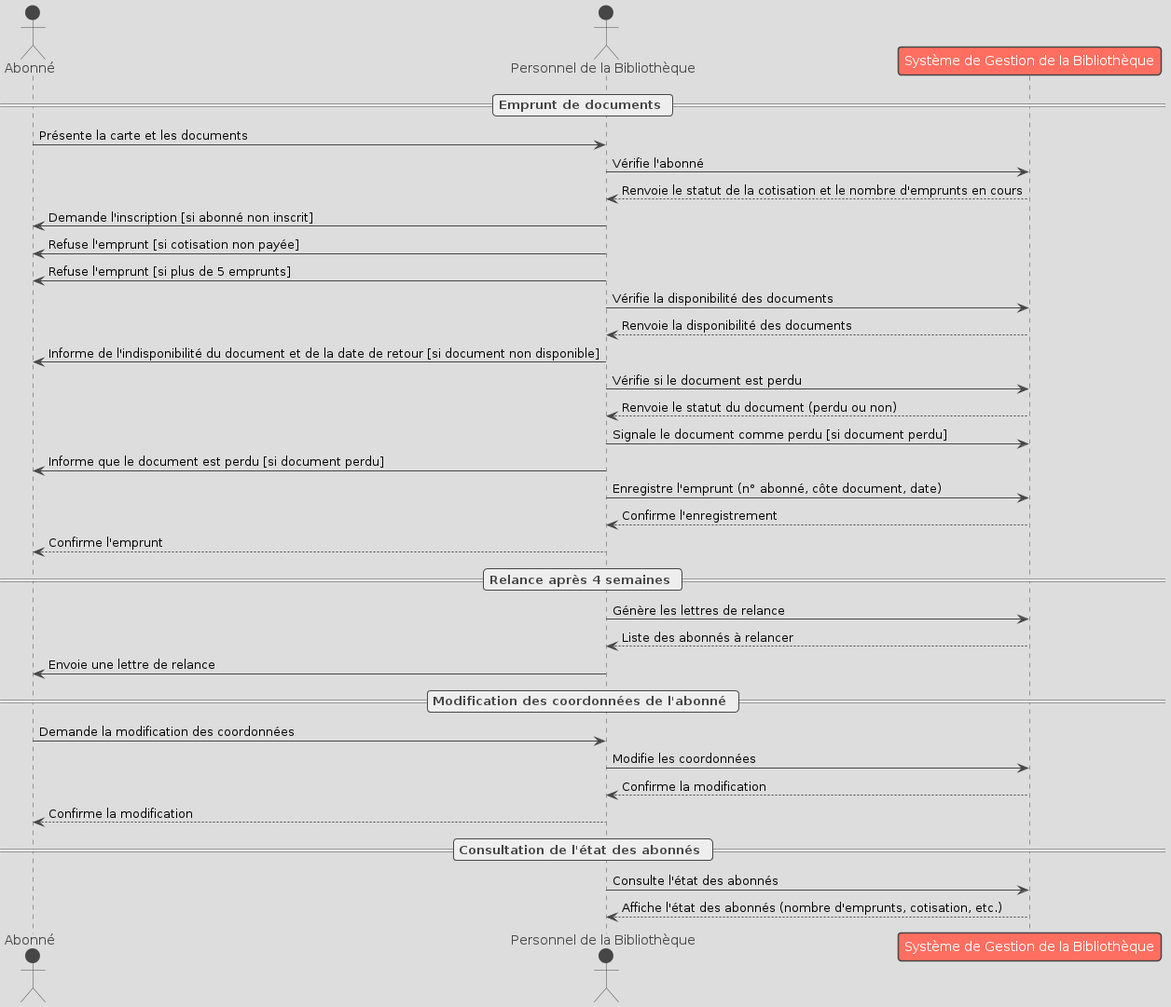
The PlantUML diagram asset/diagramme_sequence.png in clemence95/CDA24178, before a commit.
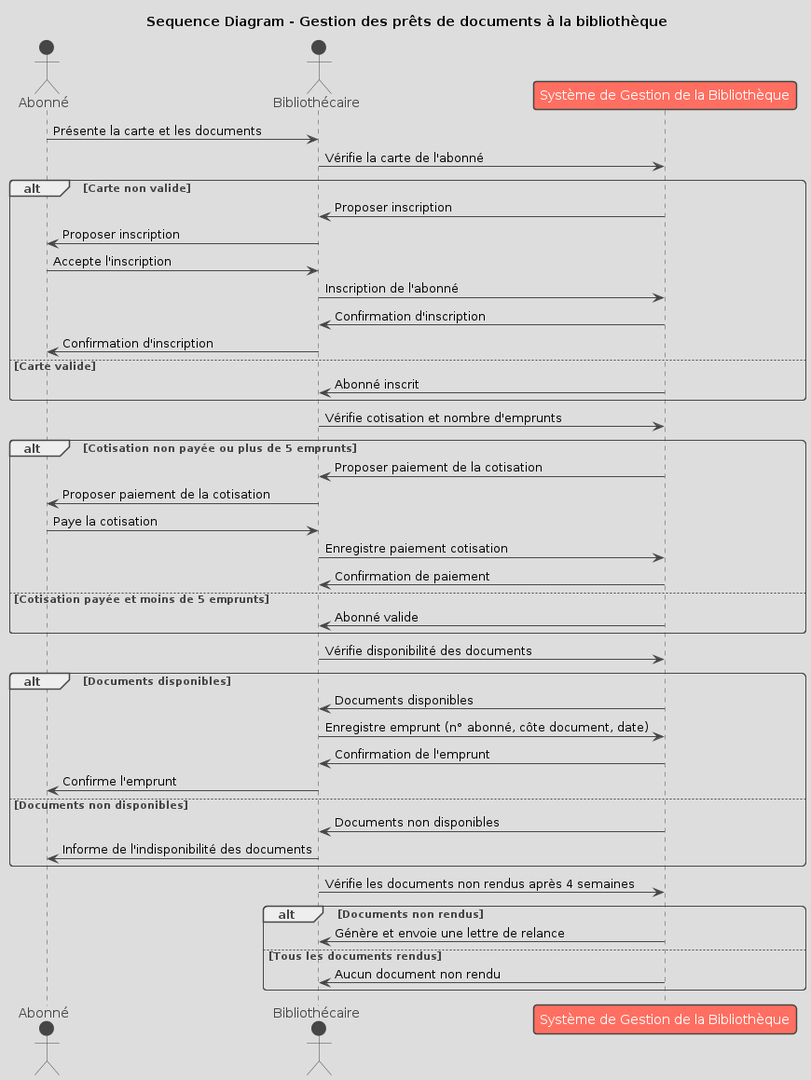
After the commit.

What changed in the source:
```diff
@@ -1,43 +1,50 @@
 @startuml
 !theme toy
+title Sequence Diagram - Gestion des prêts de documents à la bibliothèque
+
 actor Abonné
-actor "Personnel de la Bibliothèque" as Bibliothecaire
-participant "Système de Gestion de la Bibliothèque" as Systeme
+actor Bibliothécaire
+participant "Système de Gestion de la Bibliothèque" as SGB
 
-== Emprunt de documents ==
-Abonné -> Bibliothecaire: Présente la carte et les documents
-Bibliothecaire -> Systeme: Vérifie l'abonné
-Systeme --> Bibliothecaire: Renvoie le statut de la cotisation et le nombre d'emprunts en cours
+Abonné -> Bibliothécaire: Présente la carte et les documents
+Bibliothécaire -> SGB: Vérifie la carte de l'abonné
+alt Carte non valide
+    SGB -> Bibliothécaire: Proposer inscription
+    Bibliothécaire -> Abonné: Proposer inscription
+    Abonné -> Bibliothécaire: Accepte l'inscription
+    Bibliothécaire -> SGB: Inscription de l'abonné
+    SGB -> Bibliothécaire: Confirmation d'inscription
+    Bibliothécaire -> Abonné: Confirmation d'inscription
+else Carte valide
+    SGB -> Bibliothécaire: Abonné inscrit
+end
 
-Bibliothecaire -> Abonné: Demande l'inscription [si abonné non inscrit]
-Bibliothecaire -> Abonné: Refuse l'emprunt [si cotisation non payée]
-Bibliothecaire -> Abonné: Refuse l'emprunt [si plus de 5 emprunts]
+Bibliothécaire -> SGB: Vérifie cotisation et nombre d'emprunts
+alt Cotisation non payée ou plus de 5 emprunts
+    SGB -> Bibliothécaire: Proposer paiement de la cotisation
+    Bibliothécaire -> Abonné: Proposer paiement de la cotisation
+    Abonné -> Bibliothécaire: Paye la cotisation
+    Bibliothécaire -> SGB: Enregistre paiement cotisation
+    SGB -> Bibliothécaire: Confirmation de paiement
+else Cotisation payée et moins de 5 emprunts
+    SGB -> Bibliothécaire: Abonné valide
+end
 
-Bibliothecaire -> Systeme: Vérifie la disponibilité des documents
-Systeme --> Bibliothecaire: Renvoie la disponibilité des documents
-Bibliothecaire -> Abonné: Informe de l'indisponibilité du document et de la date de retour [si document non disponible]
+Bibliothécaire -> SGB: Vérifie disponibilité des documents
+alt Documents disponibles
+    SGB -> Bibliothécaire: Documents disponibles
+    Bibliothécaire -> SGB: Enregistre emprunt (n° abonné, côte document, date)
+    SGB -> Bibliothécaire: Confirmation de l'emprunt
+    Bibliothécaire -> Abonné: Confirme l'emprunt
+else Documents non disponibles
+    SGB -> Bibliothécaire: Documents non disponibles
+    Bibliothécaire -> Abonné: Informe de l'indisponibilité des documents
+end
 
-Bibliothecaire -> Systeme: Vérifie si le document est perdu
-Systeme --> Bibliothecaire: Renvoie le statut du document (perdu ou non)
-Bibliothecaire -> Systeme: Signale le document comme perdu [si document perdu]
-Bibliothecaire -> Abonné: Informe que le document est perdu [si document perdu]
-
-Bibliothecaire -> Systeme: Enregistre l'emprunt (n° abonné, côte document, date)
-Systeme --> Bibliothecaire: Confirme l'enregistrement
-Bibliothecaire --> Abonné: Confirme l'emprunt
-
-== Relance après 4 semaines ==
-Bibliothecaire -> Systeme: Génère les lettres de relance
-Systeme --> Bibliothecaire: Liste des abonnés à relancer
-Bibliothecaire -> Abonné: Envoie une lettre de relance
-
-== Modification des coordonnées de l'abonné ==
-Abonné -> Bibliothecaire: Demande la modification des coordonnées
-Bibliothecaire -> Systeme: Modifie les coordonnées
-Systeme --> Bibliothecaire: Confirme la modification
-Bibliothecaire --> Abonné: Confirme la modification
-
-== Consultation de l'état des abonnés ==
-Bibliothecaire -> Systeme: Consulte l'état des abonnés
-Systeme --> Bibliothecaire: Affiche l'état des abonnés (nombre d'emprunts, cotisation, etc.)
+Bibliothécaire -> SGB: Vérifie les documents non rendus après 4 semaines
+alt Documents non rendus
+    SGB -> Bibliothécaire: Génère et envoie une lettre de relance
+else Tous les documents rendus
+    SGB -> Bibliothécaire: Aucun document non rendu
+end
 @enduml
```
